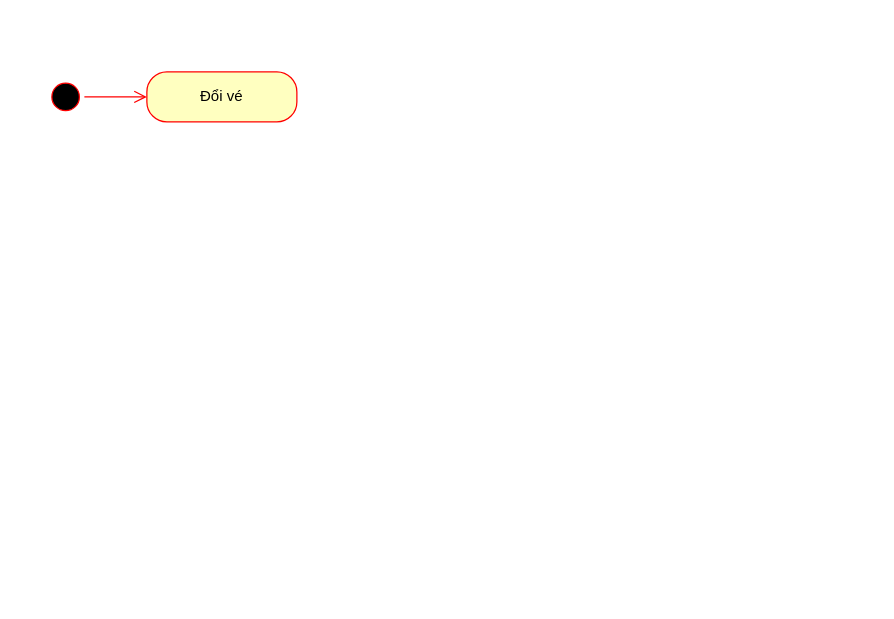
The draw.io diagram Sơ đồ hoạt động UC đổi vé.drawio in HaojackYT/DAA_SA, before the edit. Source tidied: cells renumbered, new cells numbered last; positions are measured from the earlier drawing's top-left corner, leaving out a move shared by most shapes. Both pictures are drawn from the tidied source at 125%, with x=0, y=0 at pixel (46, 71).
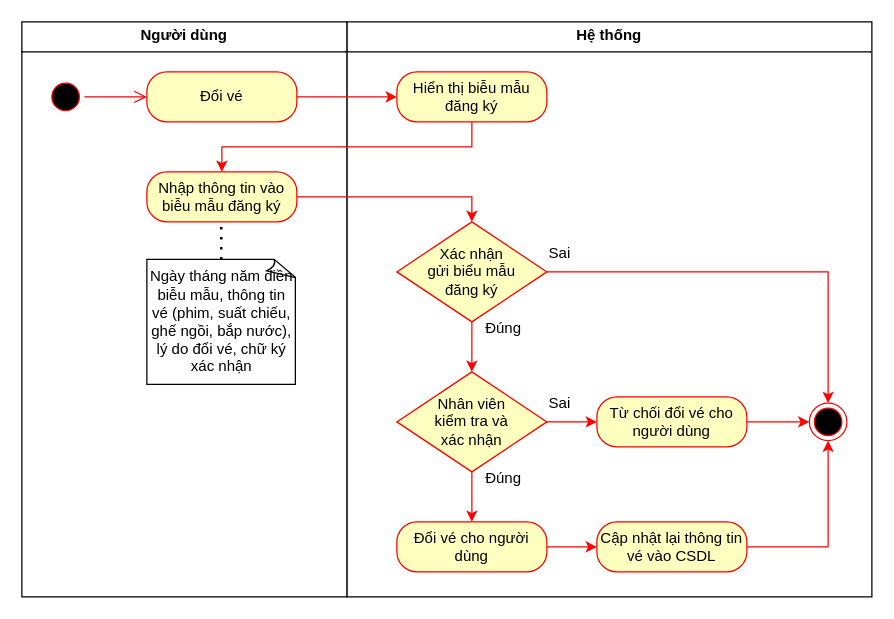
The same diagram, later.

What changed in the source:
```diff
@@
+    <mxCell id="5" value="&lt;p style=&quot;margin:0px;margin-top:4px;text-align:center;&quot;&gt;&lt;b&gt;Hệ thống&lt;/b&gt;&lt;/p&gt;&lt;hr size=&quot;1&quot; style=&quot;border-style:solid;&quot;&gt;&lt;div style=&quot;height:2px;&quot;&gt;&lt;/div&gt;" style="verticalAlign=top;align=left;overflow=fill;html=1;whiteSpace=wrap;" parent="1" vertex="1">
+      <mxGeometry x="240" y="-40" width="420" height="460" as="geometry" />
+    </mxCell>
+    <mxCell id="6" value="&lt;p style=&quot;margin:0px;margin-top:4px;text-align:center;&quot;&gt;&lt;b&gt;Người dùng&lt;/b&gt;&lt;/p&gt;&lt;hr size=&quot;1&quot; style=&quot;border-style:solid;&quot;&gt;&lt;div style=&quot;height:2px;&quot;&gt;&lt;/div&gt;" style="verticalAlign=top;align=left;overflow=fill;html=1;whiteSpace=wrap;" parent="1" vertex="1">
+      <mxGeometry x="-20" y="-40" width="260" height="460" as="geometry" />
+    </mxCell>
-    <mxCell id="2" style="ellipse;html=1;shape=startState;fillColor=#000000;strokeColor=#ff0000;" parent="1" vertex="1">
+    <mxCell id="2" style="ellipse;html=1;shape=startState;fillColor=#000000;strokeColor=#FF0000;" parent="1" vertex="1">
       <mxGeometry y="5" width="30" height="30" as="geometry" />
     </mxCell>
-    <mxCell id="3" style="edgeStyle=orthogonalEdgeStyle;html=1;verticalAlign=bottom;endArrow=open;endSize=8;strokeColor=#ff0000;rounded=0;entryX=0;entryY=0.5;entryDx=0;entryDy=0;" parent="1" edge="1" source="2" target="4">
+    <mxCell id="3" style="edgeStyle=orthogonalEdgeStyle;html=1;verticalAlign=bottom;endArrow=open;endSize=8;strokeColor=#FF0000;rounded=0;entryX=0;entryY=0.5;entryDx=0;entryDy=0;" parent="1" edge="1" source="2" target="4">
       <mxGeometry relative="1" as="geometry" />
     </mxCell>
+    <mxCell id="7" style="edgeStyle=orthogonalEdgeStyle;rounded=0;jettySize=auto;html=1;strokeColor=#FF0000;" parent="1" edge="1" source="4" target="9">
+      <mxGeometry relative="1" as="geometry" />
+    </mxCell>
-    <mxCell id="4" value="Đổi vé" style="rounded=1;whiteSpace=wrap;html=1;arcSize=40;fontColor=#000000;fillColor=#ffffc0;strokeColor=#ff0000;" parent="1" vertex="1">
+    <mxCell id="4" value="Đổi vé" style="rounded=1;whiteSpace=wrap;html=1;arcSize=40;fontColor=#000000;fillColor=#ffffc0;strokeColor=#FF0000;" parent="1" vertex="1">
       <mxGeometry x="80" width="120" height="40" as="geometry" />
     </mxCell>
+    <mxCell id="8" style="edgeStyle=orthogonalEdgeStyle;rounded=0;jettySize=auto;html=1;entryX=0.5;entryY=0;entryDx=0;entryDy=0;strokeColor=#FF0000;" parent="1" edge="1" source="9" target="11">
+      <mxGeometry relative="1" as="geometry">
+        <Array as="points">
+          <mxPoint x="340" y="60" />
+          <mxPoint x="140" y="60" />
+        </Array>
+      </mxGeometry>
+    </mxCell>
+    <mxCell id="9" value="Hiển thị biễu mẫu đăng ký" style="rounded=1;whiteSpace=wrap;html=1;arcSize=40;fontColor=#000000;fillColor=#ffffc0;strokeColor=#FF0000;" parent="1" vertex="1">
+      <mxGeometry x="280" width="120" height="40" as="geometry" />
+    </mxCell>
+    <mxCell id="10" style="edgeStyle=orthogonalEdgeStyle;rounded=0;jettySize=auto;html=1;entryX=0.5;entryY=0;entryDx=0;entryDy=0;strokeColor=#FF0000;" parent="1" edge="1" source="11" target="16">
+      <mxGeometry relative="1" as="geometry" />
+    </mxCell>
+    <mxCell id="11" value="Nhập thông tin vào biễu mẫu đăng ký" style="rounded=1;whiteSpace=wrap;html=1;arcSize=40;fontColor=#000000;fillColor=#ffffc0;strokeColor=#FF0000;" parent="1" vertex="1">
+      <mxGeometry x="80" y="80" width="120" height="40" as="geometry" />
+    </mxCell>
+    <mxCell id="12" value="Ngày tháng năm điền biễu mẫu, thông tin vé (phim, suất chiếu, ghế ngồi, bắp nước), lý do đổi vé, chữ ký xác nhận" style="whiteSpace=wrap;html=1;shape=mxgraph.basic.document;strokeColor=#000000;" parent="1" vertex="1">
+      <mxGeometry x="80" y="150" width="120" height="100" as="geometry" />
+    </mxCell>
+    <mxCell id="13" style="endArrow=none;dashed=1;html=1;dashPattern=1 3;strokeWidth=2;rounded=0;strokeColor=#000000;" parent="1" edge="1">
+      <mxGeometry relative="1" as="geometry">
+        <mxPoint x="139.5" y="150" as="sourcePoint" />
+        <mxPoint x="139.5" y="120" as="targetPoint" />
+      </mxGeometry>
+    </mxCell>
+    <mxCell id="14" style="edgeStyle=orthogonalEdgeStyle;rounded=0;jettySize=auto;html=1;strokeColor=#FF0000;" parent="1" edge="1" source="16" target="19">
+      <mxGeometry relative="1" as="geometry" />
+    </mxCell>
+    <mxCell id="15" style="edgeStyle=orthogonalEdgeStyle;rounded=0;jettySize=auto;html=1;strokeColor=#FF0000;" parent="1" edge="1" source="16" target="24">
+      <mxGeometry relative="1" as="geometry" />
+    </mxCell>
+    <mxCell id="16" value="Xác nhận&lt;br&gt;gửi biểu mẫu&lt;br&gt;đăng ký" style="rhombus;whiteSpace=wrap;html=1;fontColor=#000000;fillColor=#ffffc0;strokeColor=#FF0000;" parent="1" vertex="1">
+      <mxGeometry x="280" y="120" width="120" height="80" as="geometry" />
+    </mxCell>
+    <mxCell id="17" style="edgeStyle=orthogonalEdgeStyle;rounded=0;jettySize=auto;html=1;strokeColor=#FF0000;" parent="1" edge="1" source="19" target="21">
+      <mxGeometry relative="1" as="geometry" />
+    </mxCell>
+    <mxCell id="18" style="edgeStyle=orthogonalEdgeStyle;rounded=0;jettySize=auto;html=1;strokeColor=#FF0000;" parent="1" edge="1" source="19" target="23">
+      <mxGeometry relative="1" as="geometry" />
+    </mxCell>
+    <mxCell id="19" value="Nhân viên&lt;div&gt;kiểm tra và&lt;/div&gt;&lt;div&gt;xác nhận&lt;/div&gt;" style="rhombus;whiteSpace=wrap;html=1;fontColor=#000000;fillColor=#ffffc0;strokeColor=#FF0000;" parent="1" vertex="1">
+      <mxGeometry x="280" y="240" width="120" height="80" as="geometry" />
+    </mxCell>
+    <mxCell id="20" style="edgeStyle=orthogonalEdgeStyle;rounded=0;jettySize=auto;html=1;strokeColor=light-dark(#FF0000,#FFFFFF);" parent="1" edge="1" source="21" target="26">
+      <mxGeometry relative="1" as="geometry" />
+    </mxCell>
+    <mxCell id="21" value="Đổi vé cho người dùng" style="rounded=1;whiteSpace=wrap;html=1;arcSize=40;fontColor=#000000;fillColor=#ffffc0;strokeColor=#FF0000;" parent="1" vertex="1">
+      <mxGeometry x="280" y="360" width="120" height="40" as="geometry" />
+    </mxCell>
+    <mxCell id="22" style="edgeStyle=orthogonalEdgeStyle;rounded=0;jettySize=auto;html=1;strokeColor=#FF0000;" parent="1" edge="1" source="23" target="24">
+      <mxGeometry relative="1" as="geometry" />
+    </mxCell>
+    <mxCell id="23" value="Từ chối đổi vé cho người dùng" style="rounded=1;whiteSpace=wrap;html=1;arcSize=40;fontColor=#000000;fillColor=#ffffc0;strokeColor=#FF0000;" parent="1" vertex="1">
+      <mxGeometry x="440" y="260" width="120" height="40" as="geometry" />
+    </mxCell>
+    <mxCell id="24" style="ellipse;html=1;shape=endState;fillColor=#000000;strokeColor=#FF0000;" parent="1" vertex="1">
+      <mxGeometry x="610" y="265" width="30" height="30" as="geometry" />
+    </mxCell>
+    <mxCell id="25" style="edgeStyle=orthogonalEdgeStyle;rounded=0;jettySize=auto;html=1;entryX=0.5;entryY=1;entryDx=0;entryDy=0;strokeColor=light-dark(#FF0000,#FFFFFF);" parent="1" edge="1" source="26" target="24">
+      <mxGeometry relative="1" as="geometry" />
+    </mxCell>
+    <mxCell id="26" value="Cập nhật lại thông tin vé vào CSDL" style="rounded=1;whiteSpace=wrap;html=1;arcSize=40;fontColor=#000000;fillColor=#ffffc0;strokeColor=#FF0000;" parent="1" vertex="1">
+      <mxGeometry x="440" y="360" width="120" height="40" as="geometry" />
+    </mxCell>
+    <mxCell id="27" value="Đúng" style="text;html=1;align=center;verticalAlign=middle;strokeColor=none;fillColor=none;" parent="1" vertex="1">
+      <mxGeometry x="340" y="190" width="50" height="30" as="geometry" />
+    </mxCell>
+    <mxCell id="28" value="Đúng" style="text;html=1;align=center;verticalAlign=middle;strokeColor=none;fillColor=none;" parent="1" vertex="1">
+      <mxGeometry x="340" y="310" width="50" height="30" as="geometry" />
+    </mxCell>
+    <mxCell id="29" value="Sai" style="text;html=1;align=center;verticalAlign=middle;strokeColor=none;fillColor=none;" parent="1" vertex="1">
+      <mxGeometry x="390" y="250" width="40" height="30" as="geometry" />
+    </mxCell>
+    <mxCell id="30" value="Sai" style="text;html=1;align=center;verticalAlign=middle;strokeColor=none;fillColor=none;" parent="1" vertex="1">
+      <mxGeometry x="390" y="130" width="40" height="30" as="geometry" />
+    </mxCell>
```
